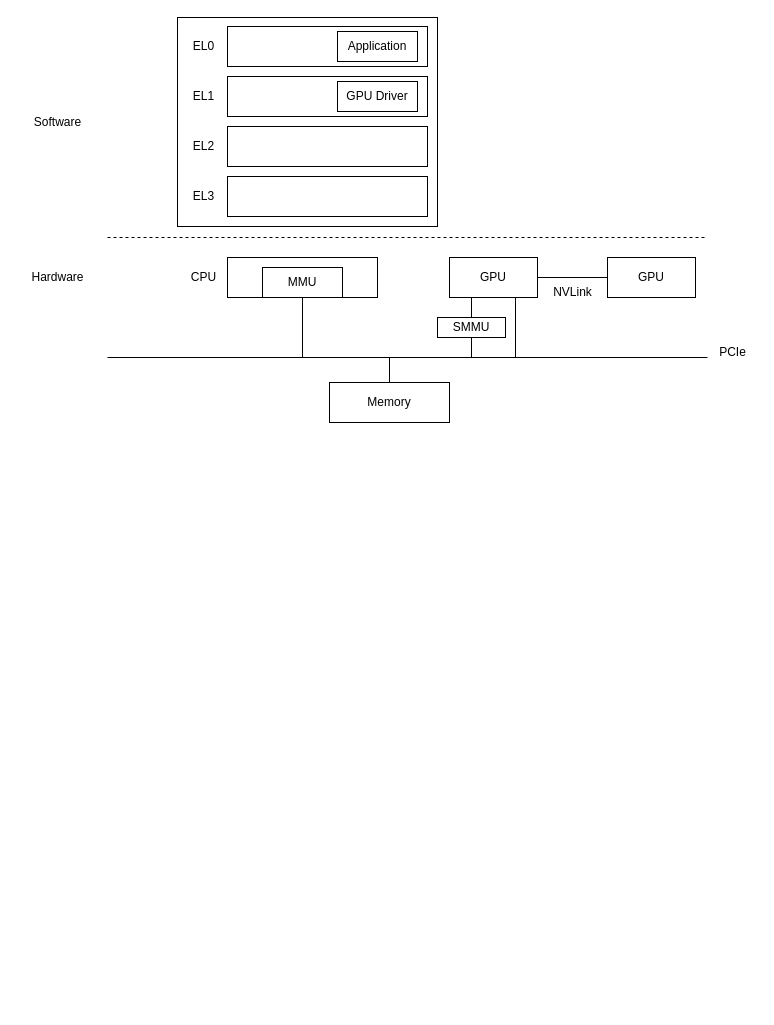
The draw.io diagram gpu.drawio in qianfei11/draw.io, before the edit. Source tidied: cells renumbered, new cells numbered last; positions are measured from the earlier drawing's top-left corner, leaving out a move shared by most shapes. Both pictures are drawn from the tidied source at 100%, with x=0, y=0 at pixel (17, 17).
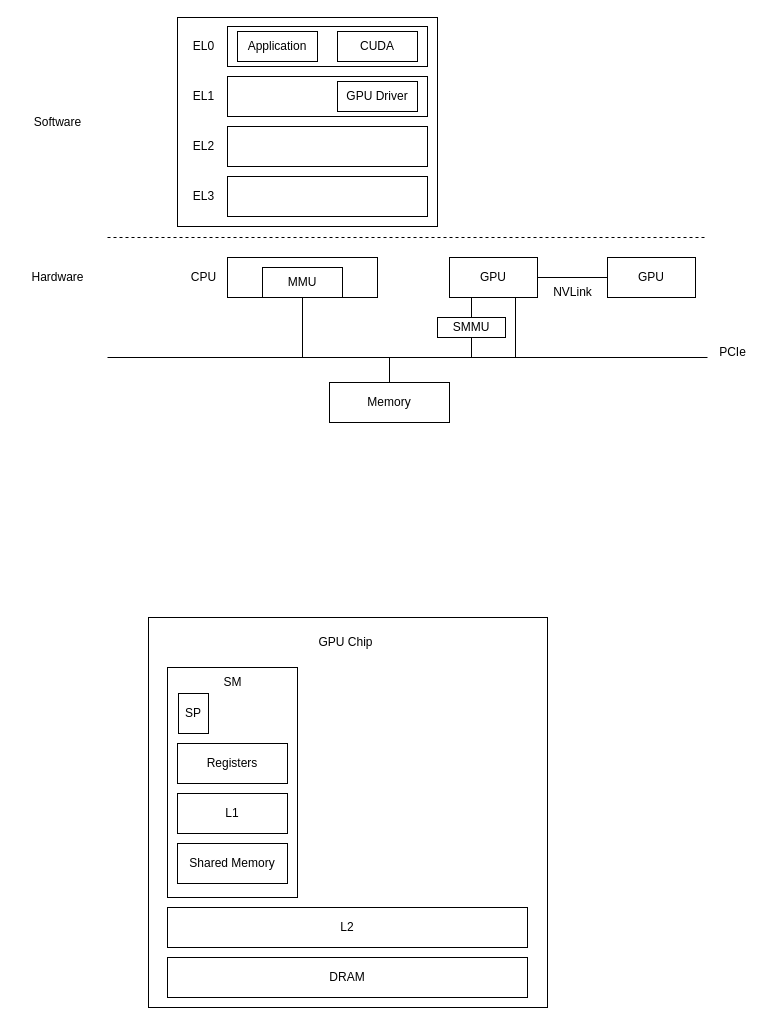
The same page after the edit.

The edit, as a diff of the source:
```diff
@@
     <mxCell id="17" value="Application" style="rounded=0;whiteSpace=wrap;html=1;" parent="1" vertex="1">
-      <mxGeometry x="320" y="14" width="80" height="30" as="geometry" />
+      <mxGeometry x="220" y="14" width="80" height="30" as="geometry" />
     </mxCell>
@@
+    <mxCell id="32" style="rounded=0;whiteSpace=wrap;html=1;" parent="1" vertex="1">
+      <mxGeometry x="131" y="600" width="399" height="390" as="geometry" />
+    </mxCell>
+    <mxCell id="33" value="CUDA" style="rounded=0;whiteSpace=wrap;html=1;" parent="1" vertex="1">
+      <mxGeometry x="320" y="14" width="80" height="30" as="geometry" />
+    </mxCell>
+    <mxCell id="34" style="rounded=0;whiteSpace=wrap;html=1;" parent="1" vertex="1">
+      <mxGeometry x="150" y="650" width="130" height="230" as="geometry" />
+    </mxCell>
+    <mxCell id="35" value="GPU Chip" style="text;html=1;align=center;verticalAlign=middle;strokeColor=none;fillColor=none;" parent="1" vertex="1">
+      <mxGeometry x="288" y="610" width="80" height="30" as="geometry" />
+    </mxCell>
+    <mxCell id="36" value="SM" style="text;html=1;align=center;verticalAlign=middle;strokeColor=none;fillColor=none;" parent="1" vertex="1">
+      <mxGeometry x="195" y="650" width="40" height="30" as="geometry" />
+    </mxCell>
+    <mxCell id="37" value="SP" style="rounded=0;whiteSpace=wrap;html=1;" parent="1" vertex="1">
+      <mxGeometry x="161" y="676" width="30" height="40" as="geometry" />
+    </mxCell>
+    <mxCell id="38" value="Registers" style="rounded=0;whiteSpace=wrap;html=1;" parent="1" vertex="1">
+      <mxGeometry x="160" y="726" width="110" height="40" as="geometry" />
+    </mxCell>
+    <mxCell id="39" value="L1" style="rounded=0;whiteSpace=wrap;html=1;" parent="1" vertex="1">
+      <mxGeometry x="160" y="776" width="110" height="40" as="geometry" />
+    </mxCell>
+    <mxCell id="40" value="Shared Memory" style="rounded=0;whiteSpace=wrap;html=1;" parent="1" vertex="1">
+      <mxGeometry x="160" y="826" width="110" height="40" as="geometry" />
+    </mxCell>
+    <mxCell id="41" value="L2" style="rounded=0;whiteSpace=wrap;html=1;" parent="1" vertex="1">
+      <mxGeometry x="150" y="890" width="360" height="40" as="geometry" />
+    </mxCell>
+    <mxCell id="42" value="DRAM" style="rounded=0;whiteSpace=wrap;html=1;" parent="1" vertex="1">
+      <mxGeometry x="150" y="940" width="360" height="40" as="geometry" />
+    </mxCell>
```
